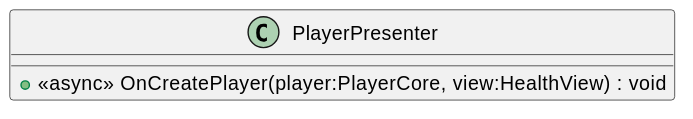
asterisk-cn/RougueShooter keeps this PlantUML diagram as plantuml/out/Player/PlayerPresenter.svg. Above is the earlier version.
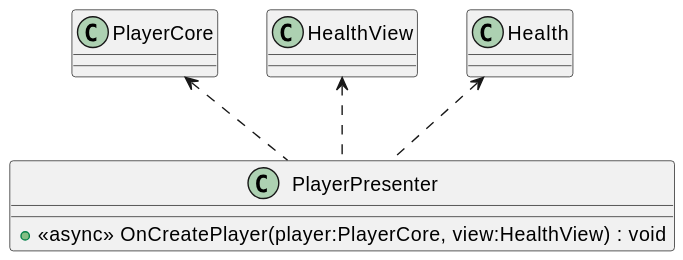
The same file after the commit.

The edit, as a diff of the source:
```diff
@@ -2,4 +2,7 @@
 class PlayerPresenter {
     + <<async>> OnCreatePlayer(player:PlayerCore, view:HealthView) : void
 }
+PlayerCore <.. PlayerPresenter
+HealthView <.. PlayerPresenter
+Health <.. PlayerPresenter
 @enduml
```
